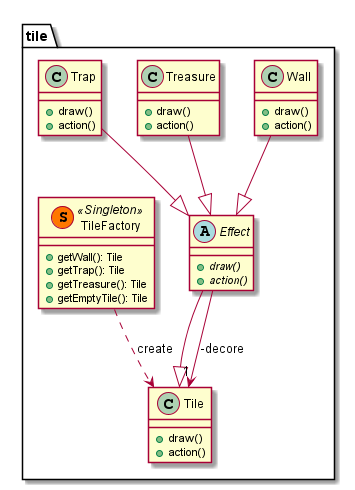
Reynault/ACL_2019_Zelpop keeps this PlantUML diagram as doc/first_sprint/diagrams/class/tiles.png. Above is the earlier version.
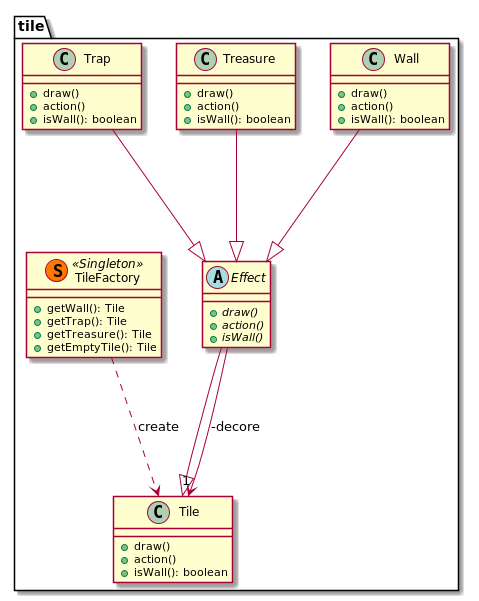
Later version of the same file.

Diff of the diagram source:
```diff
@@ -4,26 +4,31 @@
     class Tile{
         + draw()
         + action()
+        + isWall(): boolean
     }
 
     class Wall{
         + draw()
         + action()
+        + isWall(): boolean
     }
 
     class Treasure{
         + draw()
         + action()
+        + isWall(): boolean
     }
 
     class Trap{
         + draw()
         + action()
+        + isWall(): boolean
     }
 
     abstract Effect{
         + {abstract} draw()
         + {abstract} action()
+        + {abstract} isWall()
     }
 
     class TileFactory << (S,#FF7700) Singleton >>{
```
